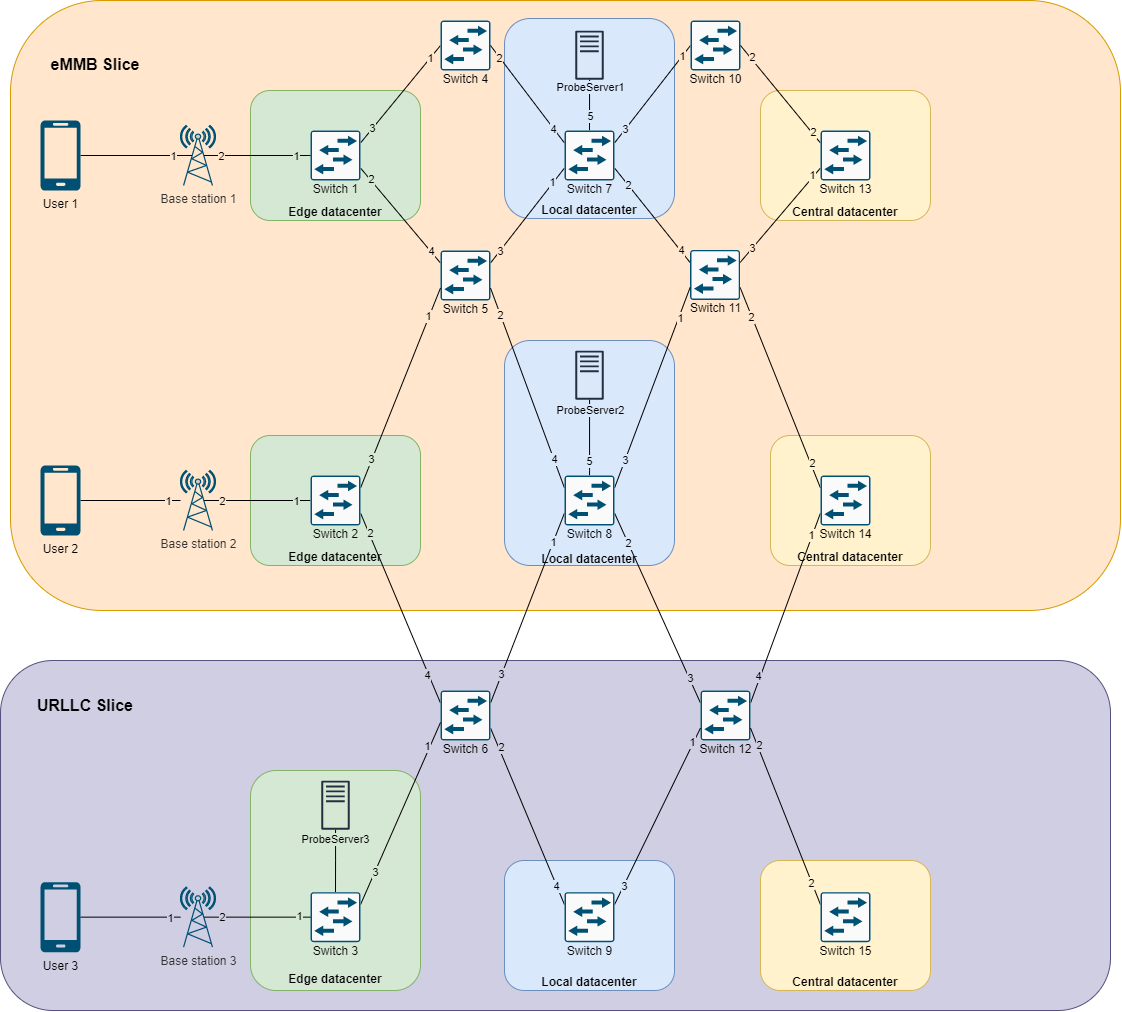
Before: images/scenario_EEU.png, a diagram exported from draw.io (SuperboGiuseppe/sdn_slicing_blueprint). Source tidied: cells renumbered, new cells last; positions are measured from the earlier drawing's top-left corner, leaving out a move shared by most shapes.
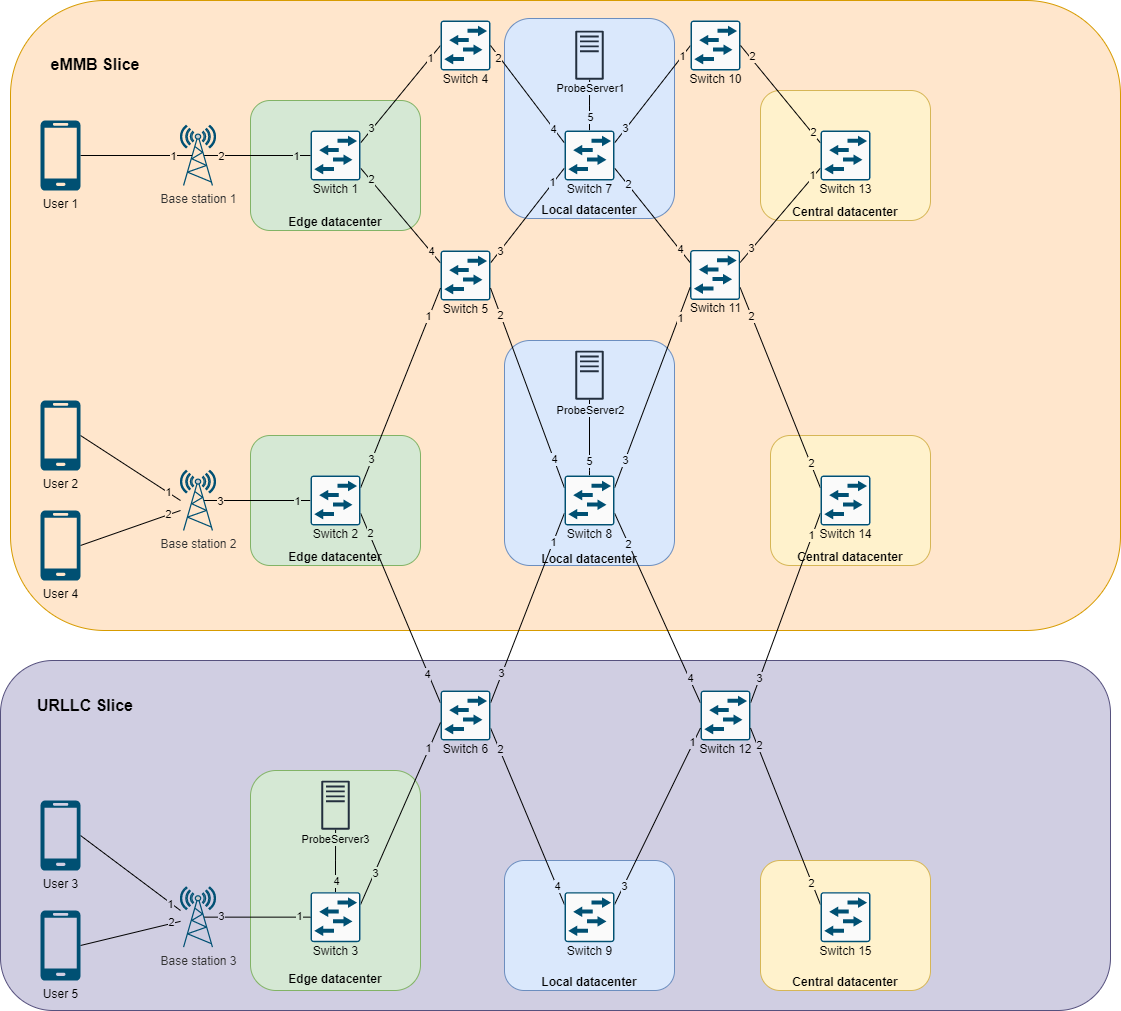
Later version of the same file.

Change to the diagram source:
```diff
@@ -6,7 +6,7 @@
       <mxGeometry y="660" width="1110" height="350" as="geometry" />
     </mxCell>
     <mxCell id="3" style="rounded=1;whiteSpace=wrap;html=1;fillColor=#ffe6cc;strokeColor=#d79b00;" parent="1" vertex="1">
-      <mxGeometry x="10" width="1110" height="610" as="geometry" />
+      <mxGeometry x="10" width="1110" height="630" as="geometry" />
     </mxCell>
     <mxCell id="4" value="&lt;br&gt;&lt;br&gt;&lt;br&gt;&lt;br&gt;&lt;br&gt;&lt;br&gt;&lt;br&gt;&lt;br&gt;&lt;br&gt;&lt;br&gt;&lt;br&gt;&lt;br&gt;&lt;br&gt;&lt;br&gt;&lt;b&gt;Edge datacenter&lt;/b&gt;" style="rounded=1;whiteSpace=wrap;html=1;fillColor=#d5e8d4;strokeColor=#82b366;" parent="1" vertex="1">
       <mxGeometry x="250" y="770" width="170" height="220" as="geometry" />
@@ -30,7 +30,7 @@
       <mxGeometry x="504" y="18" width="170" height="200" as="geometry" />
     </mxCell>
     <mxCell id="11" value="&lt;b&gt;&lt;br&gt;&lt;br&gt;&lt;br&gt;&lt;br&gt;&lt;br&gt;&lt;br&gt;&lt;br&gt;&lt;br&gt;Edge datacenter&lt;/b&gt;" style="rounded=1;whiteSpace=wrap;html=1;fillColor=#d5e8d4;strokeColor=#82b366;" parent="1" vertex="1">
-      <mxGeometry x="250" y="90" width="170" height="130" as="geometry" />
+      <mxGeometry x="250" y="100" width="170" height="130" as="geometry" />
     </mxCell>
     <mxCell id="12" style="edgeStyle=none;rounded=0;jettySize=auto;html=1;exitX=1;exitY=0.25;exitDx=0;exitDy=0;exitPerimeter=0;entryX=0;entryY=0.5;entryDx=0;entryDy=0;entryPerimeter=0;endArrow=none;endFill=0;" parent="1" edge="1" source="19" target="20">
       <mxGeometry relative="1" as="geometry" />
@@ -205,7 +205,7 @@
     </mxCell>
     <mxCell id="55" value="4" style="edgeLabel;html=1;align=center;verticalAlign=middle;fontColor=#000000;labelBackgroundColor=#D0CEE2;" parent="53" vertex="1">
       <mxGeometry x="0.75" relative="1" as="geometry">
-        <mxPoint x="-3" y="-4" as="offset" />
+        <mxPoint x="-3" y="-5" as="offset" />
       </mxGeometry>
     </mxCell>
     <mxCell id="56" style="edgeStyle=orthogonalEdgeStyle;rounded=0;jettySize=auto;html=1;exitX=0;exitY=0.5;exitDx=0;exitDy=0;exitPerimeter=0;endArrow=none;endFill=0;entryX=0.67;entryY=0.5;entryDx=0;entryDy=0;entryPerimeter=0;" parent="1" edge="1" source="59" target="104">
@@ -214,9 +214,9 @@
     <mxCell id="57" value="1" style="edgeLabel;html=1;align=center;verticalAlign=middle;labelBackgroundColor=#D5E8D4;" parent="56" vertex="1">
       <mxGeometry x="-0.73" relative="1" as="geometry" />
     </mxCell>
-    <mxCell id="58" value="2" style="edgeLabel;html=1;align=center;verticalAlign=middle;fontColor=#000000;labelBackgroundColor=#FFE6CC;" parent="56" vertex="1">
-      <mxGeometry x="0.65" relative="1" as="geometry" />
-    </mxCell>
+    <mxCell id="123" value="3" style="edgeLabel;html=1;align=center;verticalAlign=middle;labelBackgroundColor=#FFE6CC;" parent="56" vertex="1">
+      <mxGeometry x="0.71" relative="1" as="geometry" />
+    </mxCell>
     <mxCell id="59" value="Switch 2" style="points=[[0.015,0.015,0],[0.985,0.015,0],[0.985,0.985,0],[0.015,0.985,0],[0.25,0,0],[0.5,0,0],[0.75,0,0],[1,0.25,0],[1,0.5,0],[1,0.75,0],[0.75,1,0],[0.5,1,0],[0.25,1,0],[0,0.75,0],[0,0.5,0],[0,0.25,0]];verticalLabelPosition=bottom;html=1;verticalAlign=top;align=center;shape=mxgraph.cisco19.rect;prIcon=l2_switch;fillColor=#FAFAFA;strokeColor=#005073;spacing=-3;" parent="1" vertex="1">
       <mxGeometry x="310" y="475" width="50" height="50" as="geometry" />
     </mxCell>
@@ -238,7 +238,7 @@
     </mxCell>
     <mxCell id="64" value="2" style="edgeLabel;html=1;align=center;verticalAlign=middle;fontColor=#000000;labelBackgroundColor=#D0CEE2;" parent="63" vertex="1">
       <mxGeometry x="-0.82" y="1" relative="1" as="geometry">
-        <mxPoint x="3" y="3" as="offset" />
+        <mxPoint x="2" y="5" as="offset" />
       </mxGeometry>
     </mxCell>
     <mxCell id="65" value="4" style="edgeLabel;html=1;align=center;verticalAlign=middle;fontColor=#000000;labelBackgroundColor=#DAE8FC;" parent="63" vertex="1">
@@ -281,9 +281,11 @@
         <mxPoint x="-5" y="-8" as="offset" />
       </mxGeometry>
     </mxCell>
-    <mxCell id="75" value="3" style="edgeLabel;html=1;align=center;verticalAlign=middle;fontColor=#000000;labelBackgroundColor=#D0CEE2;" parent="73" vertex="1">
-      <mxGeometry x="0.74" y="1" relative="1" as="geometry" />
-    </mxCell>
+    <mxCell id="124" value="4" style="edgeLabel;html=1;align=center;verticalAlign=middle;labelBackgroundColor=#D0CEE2;" parent="73" vertex="1">
+      <mxGeometry x="0.74" y="1" relative="1" as="geometry">
+        <mxPoint y="1" as="offset" />
+      </mxGeometry>
+    </mxCell>
     <mxCell id="76" style="edgeStyle=orthogonalEdgeStyle;rounded=0;jettySize=auto;html=1;exitX=0.5;exitY=0;exitDx=0;exitDy=0;exitPerimeter=0;endArrow=none;endFill=0;" parent="1" edge="1" source="79" target="120">
       <mxGeometry relative="1" as="geometry">
         <Array as="points">
@@ -309,11 +311,11 @@
     <mxCell id="81" value="1" style="edgeLabel;html=1;align=center;verticalAlign=middle;fontColor=#000000;labelBackgroundColor=#FFF2CC;" parent="80" vertex="1">
       <mxGeometry x="0.76" y="1" relative="1" as="geometry" />
     </mxCell>
-    <mxCell id="82" value="4" style="edgeLabel;html=1;align=center;verticalAlign=middle;fontColor=#000000;labelBackgroundColor=#D0CEE2;" parent="80" vertex="1">
-      <mxGeometry x="-0.69" relative="1" as="geometry">
-        <mxPoint x="-3" y="2" as="offset" />
-      </mxGeometry>
-    </mxCell>
+    <mxCell id="125" value="3" style="edgeLabel;html=1;align=center;verticalAlign=middle;labelBackgroundColor=#D0CEE2;" parent="80" vertex="1">
+      <mxGeometry x="-0.74" y="-1" relative="1" as="geometry">
+        <mxPoint x="-1" y="-1" as="offset" />
+      </mxGeometry>
+    </mxCell>
     <mxCell id="83" value="Switch 12" style="points=[[0.015,0.015,0],[0.985,0.015,0],[0.985,0.985,0],[0.015,0.985,0],[0.25,0,0],[0.5,0,0],[0.75,0,0],[1,0.25,0],[1,0.5,0],[1,0.75,0],[0.75,1,0],[0.5,1,0],[0.25,1,0],[0,0.75,0],[0,0.5,0],[0,0.25,0]];verticalLabelPosition=bottom;html=1;verticalAlign=top;align=center;shape=mxgraph.cisco19.rect;prIcon=l2_switch;fillColor=#FAFAFA;strokeColor=#005073;spacing=-3;" parent="1" vertex="1">
       <mxGeometry x="700" y="690" width="50" height="50" as="geometry" />
     </mxCell>
@@ -331,7 +333,7 @@
     </mxCell>
     <mxCell id="88" value="1" style="edgeLabel;html=1;align=center;verticalAlign=middle;fontColor=#000000;labelBackgroundColor=#D0CEE2;" parent="86" vertex="1">
       <mxGeometry x="0.8" y="2" relative="1" as="geometry">
-        <mxPoint x="-4" y="6" as="offset" />
+        <mxPoint x="-3" y="8" as="offset" />
       </mxGeometry>
     </mxCell>
     <mxCell id="89" style="edgeStyle=orthogonalEdgeStyle;rounded=0;jettySize=auto;html=1;exitX=0.5;exitY=0;exitDx=0;exitDy=0;exitPerimeter=0;endArrow=none;endFill=0;" parent="1" edge="1" source="91" target="121">
@@ -342,6 +344,9 @@
         <mxPoint y="2" as="offset" />
       </mxGeometry>
     </mxCell>
+    <mxCell id="126" value="4" style="edgeLabel;html=1;align=center;verticalAlign=middle;labelBackgroundColor=#D5E8D4;" parent="89" vertex="1">
+      <mxGeometry x="-0.64" relative="1" as="geometry" />
+    </mxCell>
     <mxCell id="91" value="Switch 3" style="points=[[0.015,0.015,0],[0.985,0.015,0],[0.985,0.985,0],[0.015,0.985,0],[0.25,0,0],[0.5,0,0],[0.75,0,0],[1,0.25,0],[1,0.5,0],[1,0.75,0],[0.75,1,0],[0.5,1,0],[0.25,1,0],[0,0.75,0],[0,0.5,0],[0,0.25,0]];verticalLabelPosition=bottom;html=1;verticalAlign=top;align=center;shape=mxgraph.cisco19.rect;prIcon=l2_switch;fillColor=#FAFAFA;strokeColor=#005073;spacing=-3;" parent="1" vertex="1">
       <mxGeometry x="310" y="891.6" width="50" height="50" as="geometry" />
     </mxCell>
@@ -397,14 +402,14 @@
     <mxCell id="105" style="edgeStyle=orthogonalEdgeStyle;rounded=0;jettySize=auto;html=1;exitX=0.67;exitY=0.5;exitDx=0;exitDy=0;exitPerimeter=0;entryX=0;entryY=0.5;entryDx=0;entryDy=0;entryPerimeter=0;endArrow=none;endFill=0;" parent="1" edge="1" source="108" target="91">
       <mxGeometry relative="1" as="geometry" />
     </mxCell>
-    <mxCell id="106" value="2" style="edgeLabel;html=1;align=center;verticalAlign=middle;fontColor=#000000;labelBackgroundColor=#D0CEE2;" parent="105" vertex="1">
-      <mxGeometry x="-0.66" y="1" relative="1" as="geometry">
-        <mxPoint y="1" as="offset" />
-      </mxGeometry>
-    </mxCell>
     <mxCell id="107" value="1" style="edgeLabel;html=1;align=center;verticalAlign=middle;fontColor=#000000;labelBackgroundColor=#D5E8D4;" parent="105" vertex="1">
       <mxGeometry x="0.78" y="1" relative="1" as="geometry" />
     </mxCell>
+    <mxCell id="127" value="3" style="edgeLabel;html=1;align=center;verticalAlign=middle;labelBackgroundColor=#D0CEE2;" parent="105" vertex="1">
+      <mxGeometry x="-0.69" y="3" relative="1" as="geometry">
+        <mxPoint y="2" as="offset" />
+      </mxGeometry>
+    </mxCell>
     <mxCell id="108" value="&lt;font color=&quot;#333333&quot;&gt;Base station 3&lt;br&gt;&lt;/font&gt;" style="fontColor=#0066CC;verticalAlign=top;verticalLabelPosition=bottom;labelPosition=center;align=center;html=1;outlineConnect=0;fillColor=#CCCCCC;gradientColor=none;gradientDirection=north;strokeWidth=2;shape=mxgraph.networks.radio_tower;strokeColor=#005073;" parent="1" vertex="1">
       <mxGeometry x="180" y="886.6" width="35" height="60" as="geometry" />
     </mxCell>
@@ -419,23 +424,27 @@
     <mxCell id="111" value="User 1" style="verticalLabelPosition=bottom;html=1;verticalAlign=top;align=center;strokeColor=none;shape=mxgraph.azure.mobile;fillColor=#005073;" parent="1" vertex="1">
       <mxGeometry x="40" y="120" width="40" height="70" as="geometry" />
     </mxCell>
-    <mxCell id="112" style="edgeStyle=orthogonalEdgeStyle;rounded=0;jettySize=auto;html=1;exitX=1;exitY=0.5;exitDx=0;exitDy=0;exitPerimeter=0;endArrow=none;endFill=0;" parent="1" edge="1" source="114" target="104">
-      <mxGeometry relative="1" as="geometry" />
+    <mxCell id="112" style="rounded=0;jettySize=auto;html=1;exitX=1;exitY=0.5;exitDx=0;exitDy=0;exitPerimeter=0;endArrow=none;endFill=0;" parent="1" edge="1" source="114">
+      <mxGeometry relative="1" as="geometry">
+        <mxPoint x="180" y="500" as="targetPoint" />
+      </mxGeometry>
     </mxCell>
     <mxCell id="113" value="1" style="edgeLabel;html=1;align=center;verticalAlign=middle;fontColor=#000000;labelBackgroundColor=#FFE6CC;" parent="112" vertex="1">
       <mxGeometry x="0.75" relative="1" as="geometry" />
     </mxCell>
     <mxCell id="114" value="User 2" style="verticalLabelPosition=bottom;html=1;verticalAlign=top;align=center;strokeColor=none;shape=mxgraph.azure.mobile;fillColor=#005073;" parent="1" vertex="1">
-      <mxGeometry x="40" y="465" width="40" height="70" as="geometry" />
+      <mxGeometry x="40" y="400" width="40" height="70" as="geometry" />
     </mxCell>
-    <mxCell id="115" style="edgeStyle=orthogonalEdgeStyle;rounded=0;jettySize=auto;html=1;exitX=1;exitY=0.5;exitDx=0;exitDy=0;exitPerimeter=0;fontColor=#000000;endArrow=none;endFill=0;" parent="1" edge="1" source="117" target="108">
-      <mxGeometry relative="1" as="geometry" />
+    <mxCell id="115" style="rounded=0;jettySize=auto;html=1;exitX=1;exitY=0.5;exitDx=0;exitDy=0;exitPerimeter=0;fontColor=#000000;endArrow=none;endFill=0;" parent="1" edge="1" source="117">
+      <mxGeometry relative="1" as="geometry">
+        <mxPoint x="180" y="910" as="targetPoint" />
+      </mxGeometry>
     </mxCell>
     <mxCell id="116" value="1" style="edgeLabel;html=1;align=center;verticalAlign=middle;fontColor=#000000;labelBorderColor=none;labelBackgroundColor=#D0CEE2;" parent="115" vertex="1">
       <mxGeometry x="0.79" y="-1" relative="1" as="geometry" />
     </mxCell>
     <mxCell id="117" value="User 3" style="verticalLabelPosition=bottom;html=1;verticalAlign=top;align=center;strokeColor=none;shape=mxgraph.azure.mobile;fillColor=#005073;" parent="1" vertex="1">
-      <mxGeometry x="40" y="881.6" width="40" height="70" as="geometry" />
+      <mxGeometry x="40" y="800" width="40" height="70" as="geometry" />
     </mxCell>
     <mxCell id="118" value="&lt;b&gt;&lt;font style=&quot;font-size: 16px&quot;&gt;eMMB Slice&lt;/font&gt;&lt;/b&gt;" style="text;html=1;strokeColor=none;fillColor=none;align=center;verticalAlign=middle;whiteSpace=wrap;rounded=0;" parent="1" vertex="1">
       <mxGeometry x="20" y="49.4" width="150" height="30" as="geometry" />
@@ -452,5 +461,29 @@
     <mxCell id="122" value="&lt;b&gt;&lt;font style=&quot;font-size: 16px&quot;&gt;URLLC Slice&lt;/font&gt;&lt;/b&gt;" style="text;html=1;strokeColor=none;fillColor=none;align=center;verticalAlign=middle;whiteSpace=wrap;rounded=0;" parent="1" vertex="1">
       <mxGeometry x="10" y="690" width="150" height="30" as="geometry" />
     </mxCell>
+    <mxCell id="128" style="edgeStyle=none;rounded=0;jettySize=auto;html=1;exitX=1;exitY=0.5;exitDx=0;exitDy=0;exitPerimeter=0;endArrow=none;endFill=0;" parent="1" edge="1" source="130">
+      <mxGeometry relative="1" as="geometry">
+        <mxPoint x="180" y="510" as="targetPoint" />
+      </mxGeometry>
+    </mxCell>
+    <mxCell id="129" value="2" style="edgeLabel;html=1;align=center;verticalAlign=middle;labelBackgroundColor=#FFE6CC;" parent="128" vertex="1">
+      <mxGeometry x="0.74" relative="1" as="geometry">
+        <mxPoint x="1" y="-1" as="offset" />
+      </mxGeometry>
+    </mxCell>
+    <mxCell id="130" value="User 4" style="verticalLabelPosition=bottom;html=1;verticalAlign=top;align=center;strokeColor=none;shape=mxgraph.azure.mobile;fillColor=#005073;" parent="1" vertex="1">
+      <mxGeometry x="40" y="510" width="40" height="70" as="geometry" />
+    </mxCell>
+    <mxCell id="131" style="edgeStyle=none;rounded=0;jettySize=auto;html=1;exitX=1;exitY=0.5;exitDx=0;exitDy=0;exitPerimeter=0;endArrow=none;endFill=0;" parent="1" edge="1" source="133" target="108">
+      <mxGeometry relative="1" as="geometry" />
+    </mxCell>
+    <mxCell id="132" value="2" style="edgeLabel;html=1;align=center;verticalAlign=middle;labelBackgroundColor=#D0CEE2;" parent="131" vertex="1">
+      <mxGeometry x="0.72" relative="1" as="geometry">
+        <mxPoint x="4" y="-3" as="offset" />
+      </mxGeometry>
+    </mxCell>
+    <mxCell id="133" value="User 5" style="verticalLabelPosition=bottom;html=1;verticalAlign=top;align=center;strokeColor=none;shape=mxgraph.azure.mobile;fillColor=#005073;" parent="1" vertex="1">
+      <mxGeometry x="40" y="910" width="40" height="70" as="geometry" />
+    </mxCell>
   </root>
 </mxGraphModel>
```
